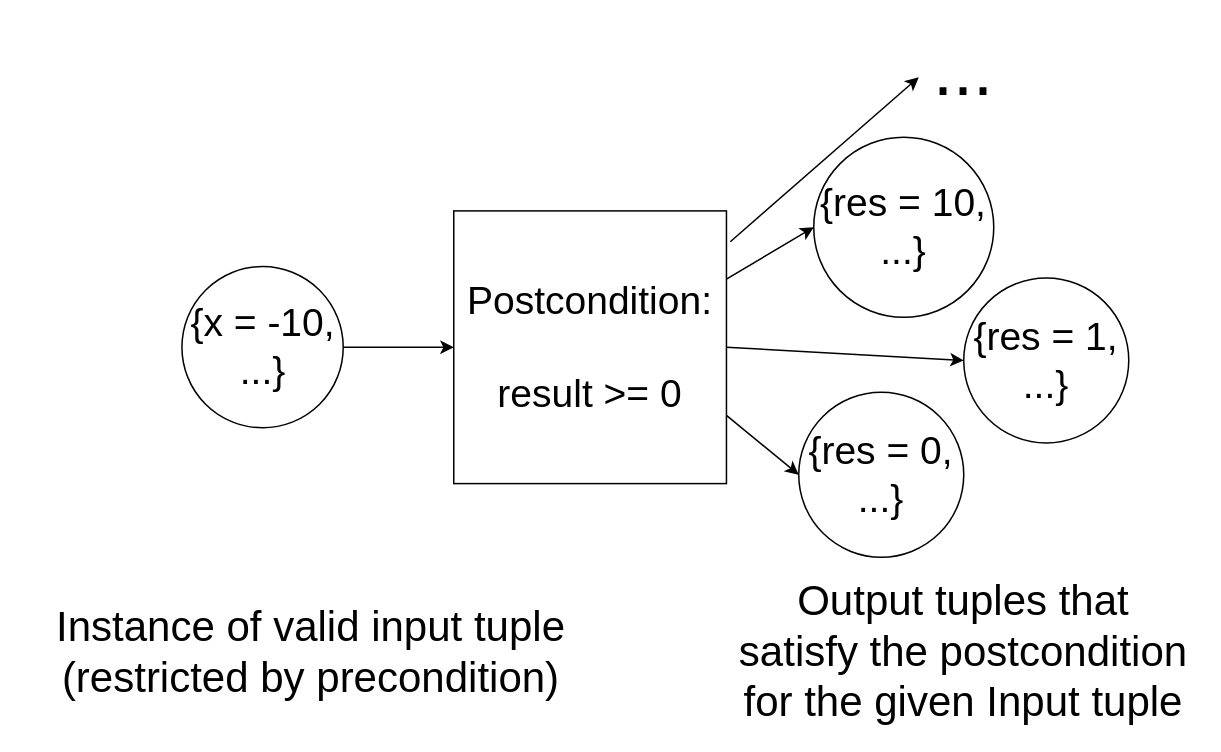
The draw.io diagram figures/mappings/PostconditionMappingNonSP.drawio in caiovpsilveira/Postcondition-Completeness, before the edit. Source tidied: cells renumbered, new cells numbered last; positions are measured from the earlier drawing's top-left corner, leaving out a move shared by most shapes. Both pictures are drawn from the tidied source at 150%, with x=0, y=0 at pixel (26, 46).
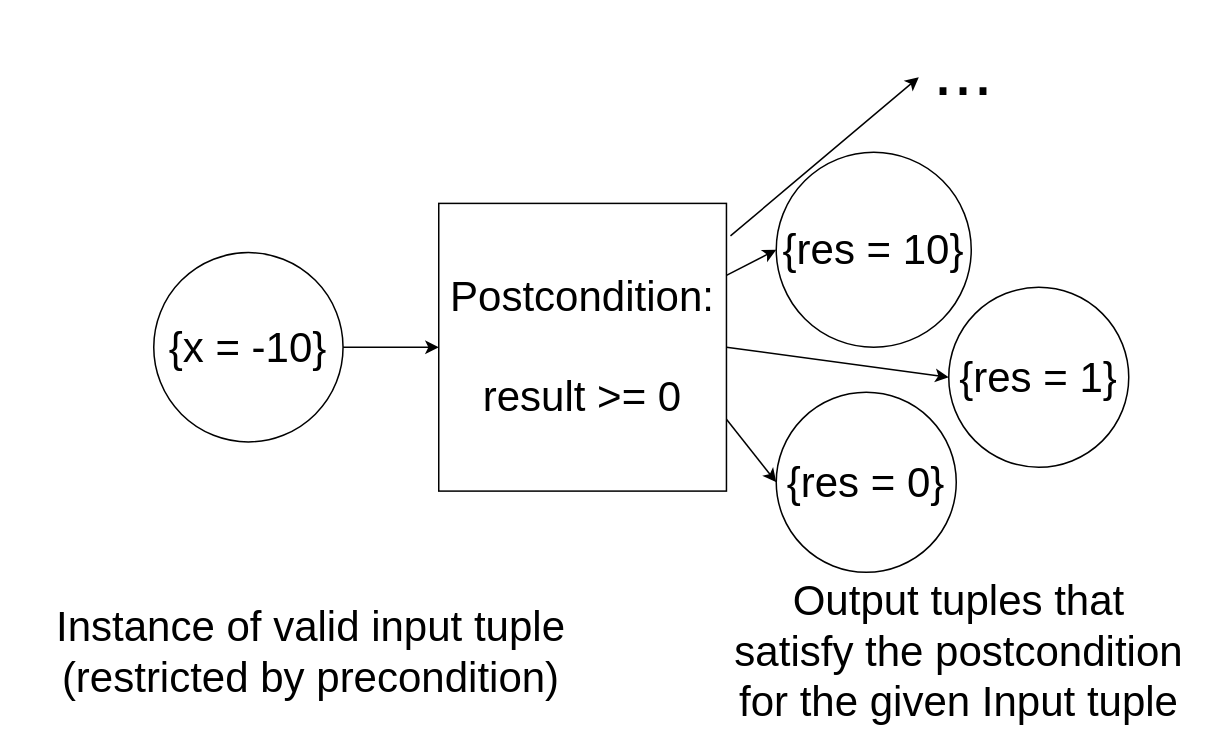
The same diagram, later.

Change to the diagram source:
```diff
@@
 <mxGraphModel>
   <root>
     <mxCell id="0" />
     <mxCell id="1" parent="0" />
-    <mxCell id="2" style="edgeStyle=orthogonalEdgeStyle;rounded=0;jettySize=auto;html=1;exitX=1;exitY=0.5;exitDx=0;exitDy=0;entryX=0;entryY=0.5;entryDx=0;entryDy=0;" parent="1" edge="1" source="3" target="4">
-      <mxGeometry relative="1" as="geometry" />
-    </mxCell>
-    <mxCell id="3" value="&lt;div&gt;&lt;font style=&quot;font-size: 26px;&quot;&gt;{x = -10,&lt;/font&gt;&lt;/div&gt;&lt;div&gt;&lt;font style=&quot;font-size: 26px;&quot;&gt;...}&lt;/font&gt;&lt;/div&gt;" style="ellipse;whiteSpace=wrap;html=1;" parent="1" vertex="1">
-      <mxGeometry x="103.8" y="146.2" width="107.5" height="107.5" as="geometry" />
-    </mxCell>
+    <mxCell id="15" style="edgeStyle=orthogonalEdgeStyle;rounded=0;jettySize=auto;html=1;exitX=1;exitY=0.5;exitDx=0;exitDy=0;entryX=0;entryY=0.5;entryDx=0;entryDy=0;" parent="1" edge="1" source="16" target="4">
+      <mxGeometry relative="1" as="geometry" />
+    </mxCell>
+    <mxCell id="16" value="&lt;div&gt;&lt;font style=&quot;font-size: 28px;&quot;&gt;{x = -10}&lt;/font&gt;&lt;/div&gt;" style="ellipse;whiteSpace=wrap;html=1;" parent="1" vertex="1">
+      <mxGeometry x="85" y="136.9" width="126.2" height="126.2" as="geometry" />
+    </mxCell>
-    <mxCell id="4" value="&lt;div&gt;&lt;font style=&quot;font-size: 26px;&quot;&gt;Postcondition:&lt;/font&gt;&lt;/div&gt;&lt;div&gt;&lt;font style=&quot;font-size: 26px;&quot;&gt;&lt;br&gt;&lt;/font&gt;&lt;/div&gt;&lt;div&gt;&lt;font style=&quot;font-size: 26px;&quot;&gt;result &amp;gt;= 0&lt;/font&gt;&lt;/div&gt;" style="whiteSpace=wrap;html=1;" parent="1" vertex="1">
-      <mxGeometry x="285" y="109.1" width="181.8" height="181.8" as="geometry" />
+    <mxCell id="4" value="&lt;div&gt;&lt;font style=&quot;font-size: 28px;&quot;&gt;Postcondition:&lt;/font&gt;&lt;/div&gt;&lt;div&gt;&lt;font style=&quot;font-size: 28px;&quot;&gt;&lt;br&gt;&lt;/font&gt;&lt;/div&gt;&lt;div&gt;&lt;font style=&quot;font-size: 28px;&quot;&gt;result &amp;gt;= 0&lt;/font&gt;&lt;/div&gt;" style="whiteSpace=wrap;html=1;" parent="1" vertex="1">
+      <mxGeometry x="275" y="104.1" width="191.8" height="191.8" as="geometry" />
     </mxCell>
     <mxCell id="5" value="&lt;div&gt;&lt;font style=&quot;font-size: 28px;&quot;&gt;Instance of valid input tuple&lt;/font&gt;&lt;/div&gt;&lt;div&gt;&lt;font style=&quot;font-size: 28px;&quot;&gt;(restricted by precondition)&lt;/font&gt;&lt;/div&gt;" style="text;html=1;whiteSpace=wrap;strokeColor=none;fillColor=none;align=center;verticalAlign=middle;rounded=0;" parent="1" vertex="1">
       <mxGeometry y="380" width="380" height="45" as="geometry" />
     </mxCell>
-    <mxCell id="6" value="&lt;div&gt;&lt;font style=&quot;font-size: 26px;&quot;&gt;{res = 1,&lt;/font&gt;&lt;/div&gt;&lt;div&gt;&lt;font style=&quot;font-size: 26px;&quot;&gt;...}&lt;/font&gt;&lt;/div&gt;" style="ellipse;whiteSpace=wrap;html=1;" parent="1" vertex="1">
-      <mxGeometry x="625" y="153.8" width="110" height="110" as="geometry" />
-    </mxCell>
-    <mxCell id="7" style="endArrow=classic;html=1;rounded=0;entryX=0;entryY=0.5;entryDx=0;entryDy=0;exitX=1;exitY=0.5;exitDx=0;exitDy=0;" parent="1" edge="1" source="4" target="6">
-      <mxGeometry relative="1" as="geometry" />
-    </mxCell>
-    <mxCell id="8" value="&lt;div&gt;&lt;font style=&quot;font-size: 26px;&quot;&gt;{res = 0,&lt;/font&gt;&lt;/div&gt;&lt;div&gt;&lt;font style=&quot;font-size: 26px;&quot;&gt;...}&lt;/font&gt;&lt;/div&gt;" style="ellipse;whiteSpace=wrap;html=1;" parent="1" vertex="1">
-      <mxGeometry x="515" y="230" width="110" height="110" as="geometry" />
-    </mxCell>
-    <mxCell id="9" value="&lt;div&gt;&lt;font style=&quot;font-size: 26px;&quot;&gt;{res = 10,&lt;/font&gt;&lt;/div&gt;&lt;div&gt;&lt;font style=&quot;font-size: 26px;&quot;&gt;...}&lt;/font&gt;&lt;/div&gt;" style="ellipse;whiteSpace=wrap;html=1;" parent="1" vertex="1">
-      <mxGeometry x="525" y="60" width="120" height="120" as="geometry" />
-    </mxCell>
+    <mxCell id="17" value="&lt;div&gt;&lt;font style=&quot;font-size: 28px;&quot;&gt;{res = 1}&lt;/font&gt;&lt;/div&gt;" style="ellipse;whiteSpace=wrap;html=1;" parent="1" vertex="1">
+      <mxGeometry x="615" y="160" width="120" height="120" as="geometry" />
+    </mxCell>
+    <mxCell id="18" style="endArrow=classic;html=1;rounded=0;entryX=0;entryY=0.5;entryDx=0;entryDy=0;exitX=1;exitY=0.5;exitDx=0;exitDy=0;" parent="1" edge="1" source="4" target="17">
+      <mxGeometry relative="1" as="geometry" />
+    </mxCell>
+    <mxCell id="19" value="&lt;div&gt;&lt;font style=&quot;font-size: 28px;&quot;&gt;{res = 0}&lt;/font&gt;&lt;/div&gt;" style="ellipse;whiteSpace=wrap;html=1;" parent="1" vertex="1">
+      <mxGeometry x="500" y="230" width="120" height="120" as="geometry" />
+    </mxCell>
+    <mxCell id="20" value="&lt;div&gt;&lt;font style=&quot;font-size: 28px;&quot;&gt;{res = 10}&lt;/font&gt;&lt;/div&gt;" style="ellipse;whiteSpace=wrap;html=1;" parent="1" vertex="1">
+      <mxGeometry x="500" y="70" width="130" height="130" as="geometry" />
+    </mxCell>
     <mxCell id="10" value="&lt;font style=&quot;font-size: 48px;&quot;&gt;...&lt;/font&gt;" style="text;html=1;whiteSpace=wrap;strokeColor=none;fillColor=none;align=center;verticalAlign=middle;rounded=0;" parent="1" vertex="1">
       <mxGeometry x="595" width="60" height="30" as="geometry" />
     </mxCell>
-    <mxCell id="11" style="endArrow=classic;html=1;rounded=0;entryX=0;entryY=0.5;entryDx=0;entryDy=0;exitX=1;exitY=0.75;exitDx=0;exitDy=0;" parent="1" edge="1" source="4" target="8">
-      <mxGeometry relative="1" as="geometry" />
-    </mxCell>
-    <mxCell id="12" style="endArrow=classic;html=1;rounded=0;entryX=0;entryY=0.5;entryDx=0;entryDy=0;exitX=1;exitY=0.25;exitDx=0;exitDy=0;" parent="1" edge="1" source="4" target="9">
-      <mxGeometry relative="1" as="geometry" />
-    </mxCell>
-    <mxCell id="13" style="endArrow=classic;html=1;rounded=0;exitX=1.014;exitY=0.113;exitDx=0;exitDy=0;exitPerimeter=0;" parent="1" edge="1" source="4">
-      <mxGeometry relative="1" as="geometry">
-        <mxPoint x="595" y="20" as="targetPoint" />
-      </mxGeometry>
-    </mxCell>
+    <mxCell id="21" style="endArrow=classic;html=1;rounded=0;entryX=0;entryY=0.5;entryDx=0;entryDy=0;exitX=1;exitY=0.75;exitDx=0;exitDy=0;" parent="1" edge="1" source="4" target="19">
+      <mxGeometry relative="1" as="geometry" />
+    </mxCell>
+    <mxCell id="22" style="endArrow=classic;html=1;rounded=0;entryX=0;entryY=0.5;entryDx=0;entryDy=0;exitX=1;exitY=0.25;exitDx=0;exitDy=0;" parent="1" edge="1" source="4" target="20">
+      <mxGeometry relative="1" as="geometry" />
+    </mxCell>
+    <mxCell id="23" style="endArrow=classic;html=1;rounded=0;exitX=1.014;exitY=0.113;exitDx=0;exitDy=0;exitPerimeter=0;" parent="1" edge="1" source="4">
+      <mxGeometry relative="1" as="geometry">
+        <mxPoint x="595" y="20" as="targetPoint" />
+      </mxGeometry>
+    </mxCell>
     <mxCell id="14" value="&lt;font style=&quot;font-size: 28px;&quot;&gt;Output tuples that satisfy the postcondition for the given Input tuple&lt;/font&gt;" style="text;html=1;whiteSpace=wrap;strokeColor=none;fillColor=none;align=center;verticalAlign=middle;rounded=0;" parent="1" vertex="1">
-      <mxGeometry x="470" y="380" width="310" height="45" as="geometry" />
+      <mxGeometry x="466.8" y="380" width="310" height="45" as="geometry" />
     </mxCell>
   </root>
 </mxGraphModel>
```
